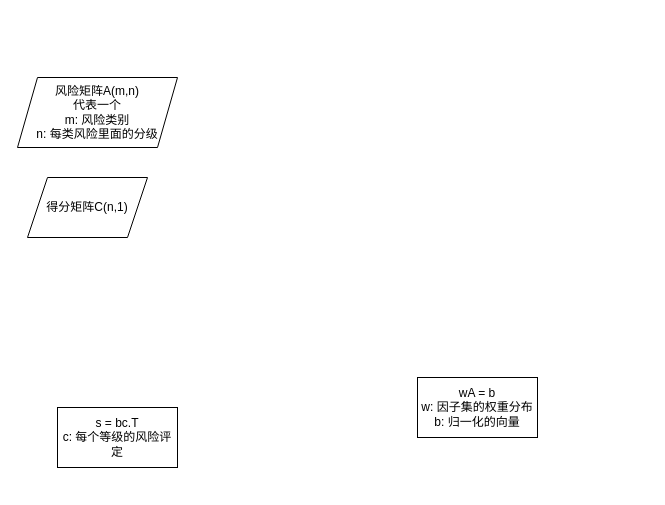
Above: risk_assessment.drawio in jiang-111/crispy-parakeet (draw.io), before the change. Source tidied: cells renumbered, new cells numbered last; positions are measured from the earlier drawing's top-left corner, leaving out a move shared by most shapes. Both pictures are drawn from the tidied source at 100%, with x=0, y=0 at pixel (17, 77).
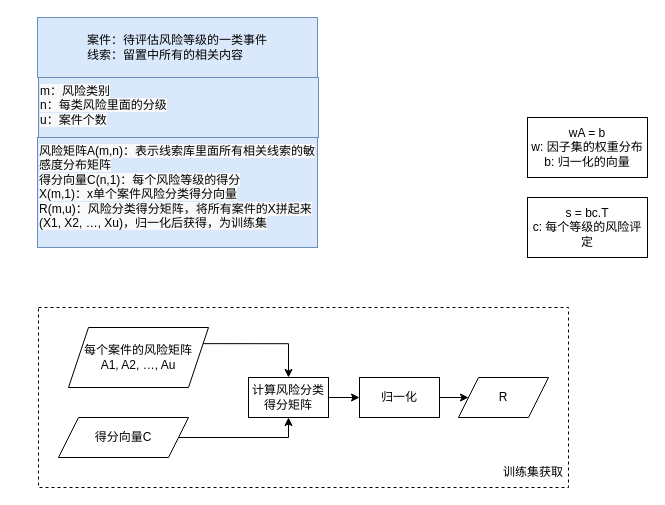
The same page after the edit.

Change to the diagram source:
```diff
@@
 <mxGraphModel>
   <root>
     <mxCell id="0" />
     <mxCell id="1" parent="0" />
+    <mxCell id="6" style="rounded=0;whiteSpace=wrap;html=1;dashed=1;" parent="1" vertex="1">
+      <mxGeometry x="21" y="230" width="530" height="180" as="geometry" />
+    </mxCell>
     <mxCell id="2" value="wA = b&lt;br&gt;w: 因子集的权重分布&lt;br&gt;b: 归一化的向量" style="rounded=0;whiteSpace=wrap;html=1;" parent="1" vertex="1">
-      <mxGeometry x="400" y="300" width="120" height="60" as="geometry" />
+      <mxGeometry x="510" y="40" width="120" height="60" as="geometry" />
     </mxCell>
     <mxCell id="3" value="s = bc.T&lt;br&gt;c: 每个等级的风险评定" style="rounded=0;whiteSpace=wrap;html=1;" parent="1" vertex="1">
-      <mxGeometry x="40" y="330" width="120" height="60" as="geometry" />
+      <mxGeometry x="510" y="120" width="120" height="60" as="geometry" />
     </mxCell>
+    <mxCell id="7" style="edgeStyle=orthogonalEdgeStyle;rounded=0;jettySize=auto;html=1;exitX=1;exitY=0.25;exitDx=0;exitDy=0;entryX=0.5;entryY=0;entryDx=0;entryDy=0;" parent="1" edge="1" source="4" target="12">
+      <mxGeometry relative="1" as="geometry" />
+    </mxCell>
-    <mxCell id="4" value="风险矩阵A(m,n)&lt;br&gt;代表一个&lt;br&gt;m: 风险类别&lt;br&gt;n: 每类风险里面的分级" style="shape=parallelogram;perimeter=parallelogramPerimeter;whiteSpace=wrap;html=1;fixedSize=1;" parent="1" vertex="1">
-      <mxGeometry width="160" height="70" as="geometry" />
+    <mxCell id="4" value="每个案件的风险矩阵&lt;br&gt;A1, A2, …, Au" style="shape=parallelogram;perimeter=parallelogramPerimeter;whiteSpace=wrap;html=1;fixedSize=1;" parent="1" vertex="1">
+      <mxGeometry x="51" y="250" width="140" height="60" as="geometry" />
     </mxCell>
+    <mxCell id="8" style="edgeStyle=orthogonalEdgeStyle;rounded=0;jettySize=auto;html=1;exitX=1;exitY=0.5;exitDx=0;exitDy=0;entryX=0.5;entryY=1;entryDx=0;entryDy=0;" parent="1" edge="1" source="5" target="12">
+      <mxGeometry relative="1" as="geometry" />
+    </mxCell>
-    <mxCell id="5" value="得分矩阵C(n,1)&lt;br&gt;" style="shape=parallelogram;perimeter=parallelogramPerimeter;whiteSpace=wrap;html=1;fixedSize=1;" parent="1" vertex="1">
-      <mxGeometry x="10" y="100" width="120" height="60" as="geometry" />
+    <mxCell id="5" value="得分向量C" style="shape=parallelogram;perimeter=parallelogramPerimeter;whiteSpace=wrap;html=1;fixedSize=1;" parent="1" vertex="1">
+      <mxGeometry x="41" y="340" width="130" height="40" as="geometry" />
     </mxCell>
+    <mxCell id="9" value="&lt;span style=&quot;color: rgb(0 , 0 , 0) ; font-family: &amp;#34;helvetica&amp;#34; ; font-size: 12px ; font-style: normal ; font-weight: 400 ; letter-spacing: normal ; text-align: center ; text-indent: 0px ; text-transform: none ; word-spacing: 0px ; background-color: rgb(248 , 249 , 250) ; display: inline ; float: none&quot;&gt;风险矩阵A(m,n)：&lt;/span&gt;&lt;span style=&quot;color: rgb(0 , 0 , 0) ; font-family: &amp;#34;helvetica&amp;#34; ; font-size: 12px ; font-style: normal ; font-weight: 400 ; letter-spacing: normal ; text-align: center ; text-indent: 0px ; text-transform: none ; word-spacing: 0px ; background-color: rgb(248 , 249 , 250) ; display: inline ; float: none&quot;&gt;表示线索库里面所有相关线索的敏感度分布矩阵&lt;br&gt;得分向量C(n,1)：每个风险等级的得分&lt;br&gt;X(m,1)：x单个案件风险分类得分向量&lt;br&gt;R(m,u)：风险分类得分矩阵，将所有案件的X拼起来(X1, X2, …, Xu)，归一化后获得，为训练集&lt;br&gt;&lt;/span&gt;" style="text;whiteSpace=wrap;html=1;fillColor=#dae8fc;strokeColor=#6c8ebf;" parent="1" vertex="1">
+      <mxGeometry x="20" y="60" width="280" height="110" as="geometry" />
+    </mxCell>
+    <mxCell id="10" value="&lt;span style=&quot;color: rgb(0 , 0 , 0) ; font-size: 12px ; font-style: normal ; font-weight: 400 ; letter-spacing: normal ; text-indent: 0px ; text-transform: none ; word-spacing: 0px ; font-family: &amp;#34;helvetica&amp;#34; ; text-align: center ; background-color: rgb(248 , 249 , 250) ; display: inline ; float: none&quot;&gt;m：风险类别&lt;/span&gt;&lt;br style=&quot;color: rgb(0 , 0 , 0) ; font-size: 12px ; font-style: normal ; font-weight: 400 ; letter-spacing: normal ; text-indent: 0px ; text-transform: none ; word-spacing: 0px ; font-family: &amp;#34;helvetica&amp;#34; ; text-align: center ; background-color: rgb(248 , 249 , 250)&quot;&gt;&lt;span style=&quot;color: rgb(0 , 0 , 0) ; font-size: 12px ; font-style: normal ; font-weight: 400 ; letter-spacing: normal ; text-indent: 0px ; text-transform: none ; word-spacing: 0px ; font-family: &amp;#34;helvetica&amp;#34; ; text-align: center ; background-color: rgb(248 , 249 , 250) ; display: inline ; float: none&quot;&gt;n：每类风险里面的分级&lt;br&gt;u：案件个数&lt;br&gt;&lt;/span&gt;" style="text;whiteSpace=wrap;html=1;fillColor=#dae8fc;strokeColor=#6c8ebf;" parent="1" vertex="1">
+      <mxGeometry x="21" width="280" height="60" as="geometry" />
+    </mxCell>
+    <mxCell id="11" style="edgeStyle=orthogonalEdgeStyle;rounded=0;jettySize=auto;html=1;" parent="1" edge="1" source="12" target="17">
+      <mxGeometry relative="1" as="geometry" />
+    </mxCell>
+    <mxCell id="12" value="计算风险分类得分矩阵" style="rounded=0;whiteSpace=wrap;html=1;" parent="1" vertex="1">
+      <mxGeometry x="231" y="300" width="80" height="40" as="geometry" />
+    </mxCell>
+    <mxCell id="13" value="案件：待评估风险等级的一类事件&lt;br&gt;&lt;div style=&quot;text-align: left&quot;&gt;&lt;span&gt;线索：留置中所有的相关内容&lt;/span&gt;&lt;/div&gt;" style="rounded=0;whiteSpace=wrap;html=1;fillColor=#dae8fc;strokeColor=#6c8ebf;" parent="1" vertex="1">
+      <mxGeometry x="20" y="-60" width="280" height="60" as="geometry" />
+    </mxCell>
+    <mxCell id="14" value="R" style="shape=parallelogram;perimeter=parallelogramPerimeter;whiteSpace=wrap;html=1;fixedSize=1;" parent="1" vertex="1">
+      <mxGeometry x="441" y="300" width="90" height="40" as="geometry" />
+    </mxCell>
+    <mxCell id="15" value="训练集获取" style="text;html=1;strokeColor=none;fillColor=none;align=center;verticalAlign=middle;whiteSpace=wrap;rounded=0;dashed=1;" parent="1" vertex="1">
+      <mxGeometry x="481" y="380" width="70" height="30" as="geometry" />
+    </mxCell>
+    <mxCell id="16" style="edgeStyle=orthogonalEdgeStyle;rounded=0;jettySize=auto;html=1;" parent="1" edge="1" source="17" target="14">
+      <mxGeometry relative="1" as="geometry" />
+    </mxCell>
+    <mxCell id="17" value="归一化" style="rounded=0;whiteSpace=wrap;html=1;" parent="1" vertex="1">
+      <mxGeometry x="342" y="300" width="80" height="40" as="geometry" />
+    </mxCell>
   </root>
 </mxGraphModel>
```
